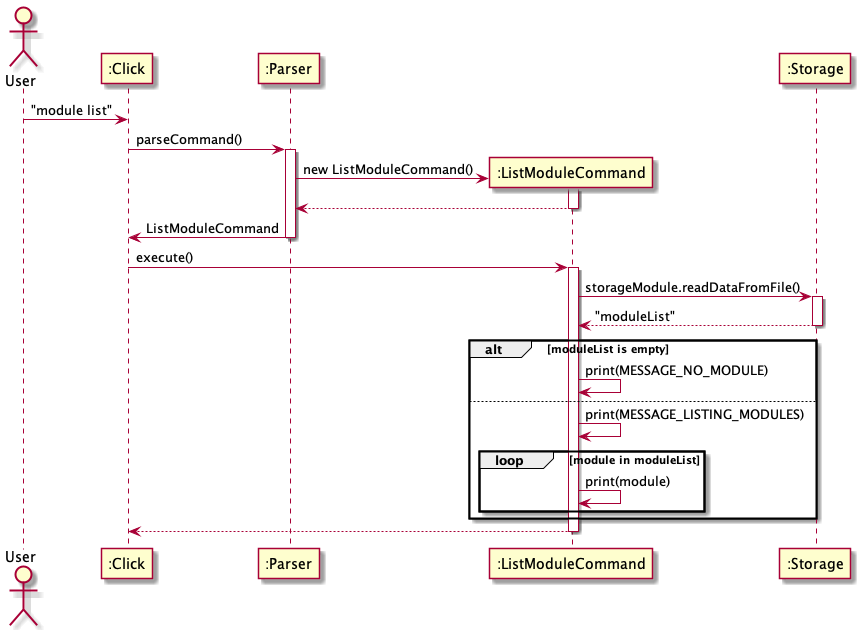
Above: docs/diagrams/module/ListModule.png in nus-cs2113-AY2122S1/tp (PlantUML), before the change.
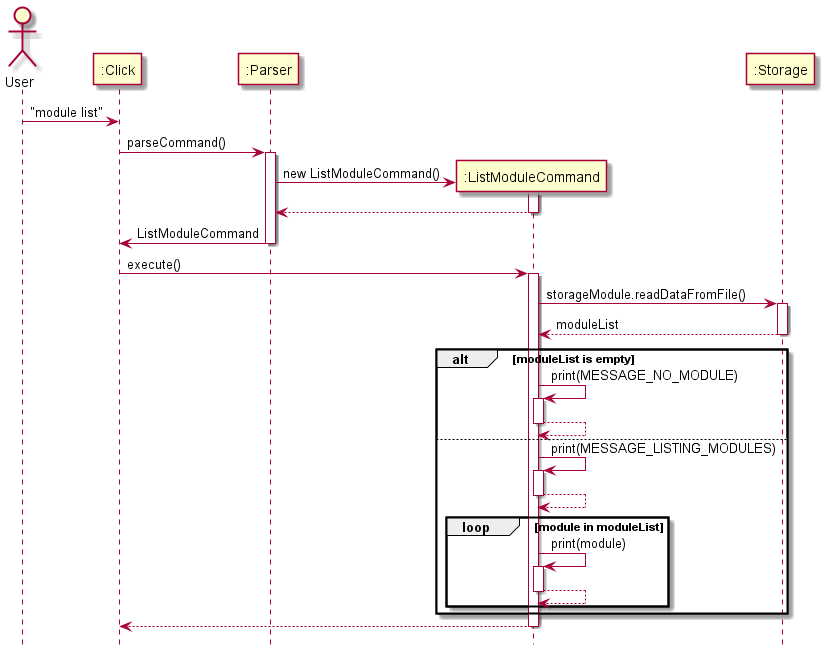
Above is the later version.

Commit message:
Update list module diagram

Change to the diagram source:
```diff
@@ -1,4 +1,5 @@
 @startuml
+hide footbox
 Actor User
 User -> ":Click" : "module list"
 participant ":Click"
@@ -16,14 +17,20 @@
 activate ":ListModuleCommand"
 ":ListModuleCommand" -> ":Storage" : storageModule.readDataFromFile()
 activate ":Storage"
-return "moduleList"
+return moduleList
 
 alt moduleList is empty
     ":ListModuleCommand" -> ":ListModuleCommand" : print(MESSAGE_NO_MODULE)
+    activate ":ListModuleCommand"
+    return
 else
     ":ListModuleCommand" -> ":ListModuleCommand" : print(MESSAGE_LISTING_MODULES)
+    activate ":ListModuleCommand"
+    return
     loop module in moduleList
         ":ListModuleCommand" -> ":ListModuleCommand" : print(module)
+        activate ":ListModuleCommand"
+        return
     end
 end
 ":ListModuleCommand" --> ":Click"
```
